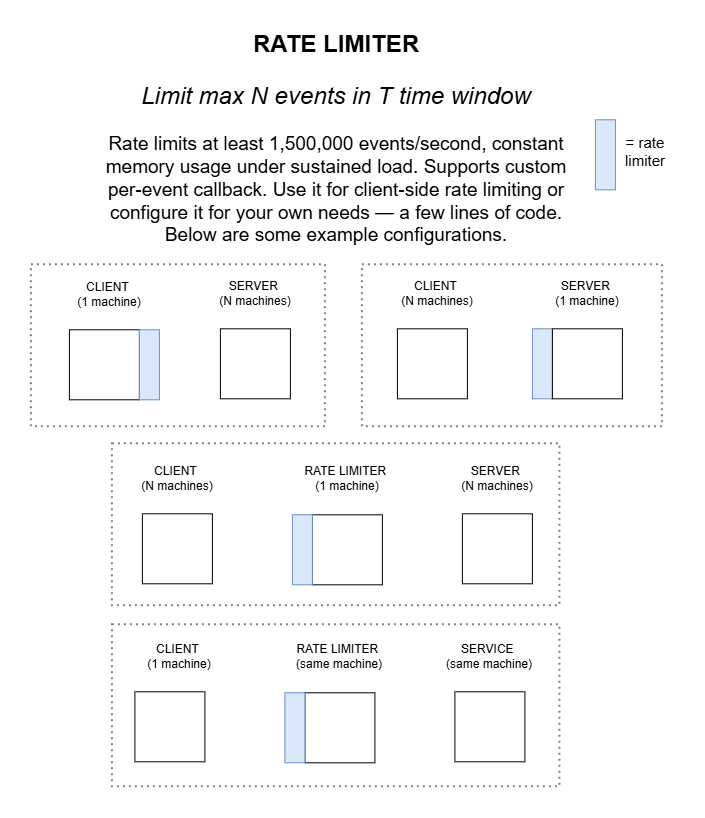
tave8/rate-limiter-algo keeps this draw.io diagram as media/overview.png. Above is the earlier version. Source tidied: cells renumbered, new cells last; positions are measured from the earlier drawing's top-left corner, leaving out a move shared by most shapes.
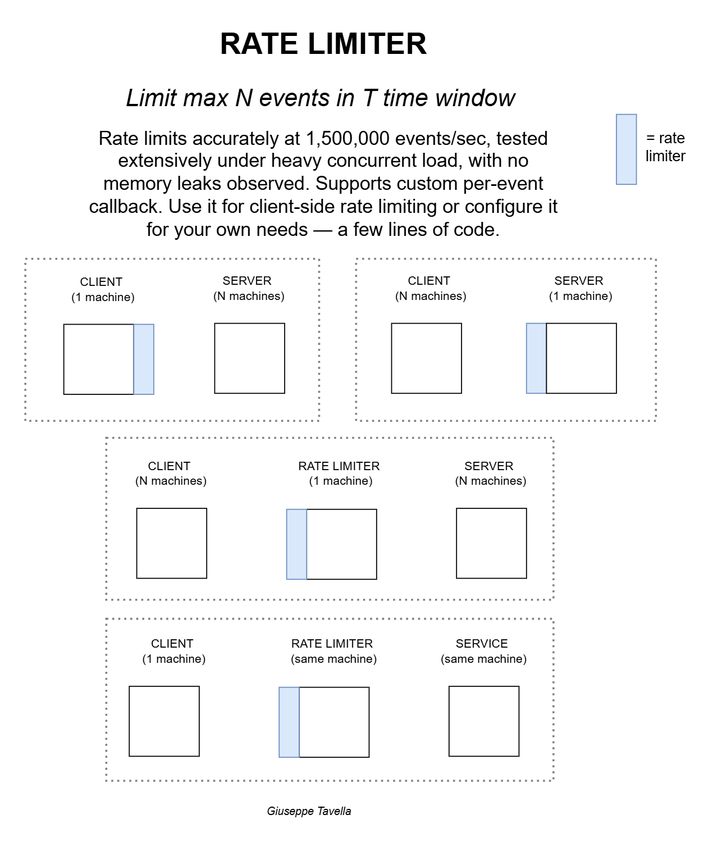
After the change.

The edit, as a diff of the source:
```diff
@@ -14,8 +14,8 @@
     <mxCell id="5" style="rounded=0;whiteSpace=wrap;html=1;" parent="1" vertex="1">
       <mxGeometry x="38" y="296" width="70" height="70" as="geometry" />
     </mxCell>
-    <mxCell id="6" value="&lt;b&gt;&lt;font style=&quot;font-size: 24px;&quot;&gt;RATE LIMITER&lt;/font&gt;&lt;/b&gt;&lt;div&gt;&lt;div&gt;&lt;span style=&quot;font-size: 19px;&quot;&gt;&lt;br&gt;&lt;/span&gt;&lt;/div&gt;&lt;div&gt;&lt;i style=&quot;&quot;&gt;&lt;font style=&quot;font-size: 24px;&quot;&gt;Limit max N events in T time window&lt;/font&gt;&lt;/i&gt;&lt;/div&gt;&lt;div&gt;&lt;span style=&quot;font-size: 19px; background-color: transparent; color: light-dark(rgb(0, 0, 0), rgb(255, 255, 255));&quot;&gt;&lt;br&gt;&lt;/span&gt;&lt;/div&gt;&lt;div&gt;&lt;span style=&quot;font-size: 19px;&quot;&gt;Rate limits at least 1,500,000 events/second, constant memory usage under sustained load. Supports custom per-event callback. Use it for client-side rate limiting or configure it for your own needs — a few lines of code. Below are some example configurations.&lt;/span&gt;&lt;/div&gt;&lt;/div&gt;" style="text;html=1;whiteSpace=wrap;strokeColor=none;fillColor=none;align=center;verticalAlign=middle;rounded=0;" parent="1" vertex="1">
-      <mxGeometry x="64.8" width="480" height="210" as="geometry" />
+    <mxCell id="6" value="&lt;b&gt;&lt;font style=&quot;font-size: 30px;&quot;&gt;RATE LIMITER&lt;/font&gt;&lt;/b&gt;&lt;div&gt;&lt;div&gt;&lt;span style=&quot;font-size: 19px;&quot;&gt;&lt;br&gt;&lt;/span&gt;&lt;/div&gt;&lt;div&gt;&lt;i style=&quot;&quot;&gt;&lt;font style=&quot;font-size: 24px;&quot;&gt;Limit max N events in T time window&amp;nbsp;&lt;/font&gt;&lt;/i&gt;&lt;/div&gt;&lt;div&gt;&lt;br&gt;&lt;/div&gt;&lt;div&gt;&lt;span style=&quot;font-size: 19px;&quot;&gt;Rate limits accurately at 1,500,000 events/sec, tested extensively under heavy concurrent load, with no memory leaks observed. Supports custom per-event callback. Use it for client-side rate limiting or configure it for your own needs — a few lines of code.&lt;/span&gt;&lt;/div&gt;&lt;/div&gt;" style="text;html=1;whiteSpace=wrap;strokeColor=none;fillColor=none;align=center;verticalAlign=middle;rounded=0;" parent="1" vertex="1">
+      <mxGeometry x="58.2" width="478.6" height="210" as="geometry" />
     </mxCell>
     <mxCell id="7" style="rounded=0;whiteSpace=wrap;html=1;fillColor=#dae8fc;strokeColor=#6c8ebf;" parent="1" vertex="1">
       <mxGeometry x="108" y="296" width="20" height="70" as="geometry" />
@@ -90,10 +90,13 @@
       <mxGeometry x="331" y="231" width="300" height="162" as="geometry" />
     </mxCell>
     <mxCell id="31" style="rounded=0;whiteSpace=wrap;html=1;fillColor=#dae8fc;strokeColor=#6c8ebf;" parent="1" vertex="1">
-      <mxGeometry x="564" y="86" width="20" height="70" as="geometry" />
+      <mxGeometry x="591" y="86" width="20" height="70" as="geometry" />
     </mxCell>
     <mxCell id="32" value="= rate limiter" style="text;html=1;whiteSpace=wrap;strokeColor=none;fillColor=none;align=center;verticalAlign=middle;rounded=0;fontSize=15;" parent="1" vertex="1">
-      <mxGeometry x="584" y="103" width="60" height="30" as="geometry" />
+      <mxGeometry x="611" y="103" width="60" height="30" as="geometry" />
     </mxCell>
+    <mxCell id="33" value="Giuseppe Tavella" style="text;html=1;whiteSpace=wrap;strokeColor=none;fillColor=none;align=center;verticalAlign=middle;rounded=0;fontStyle=2;fontSize=11;" parent="1" vertex="1">
+      <mxGeometry x="189" y="768" width="190" height="30" as="geometry" />
+    </mxCell>
   </root>
 </mxGraphModel>
```
